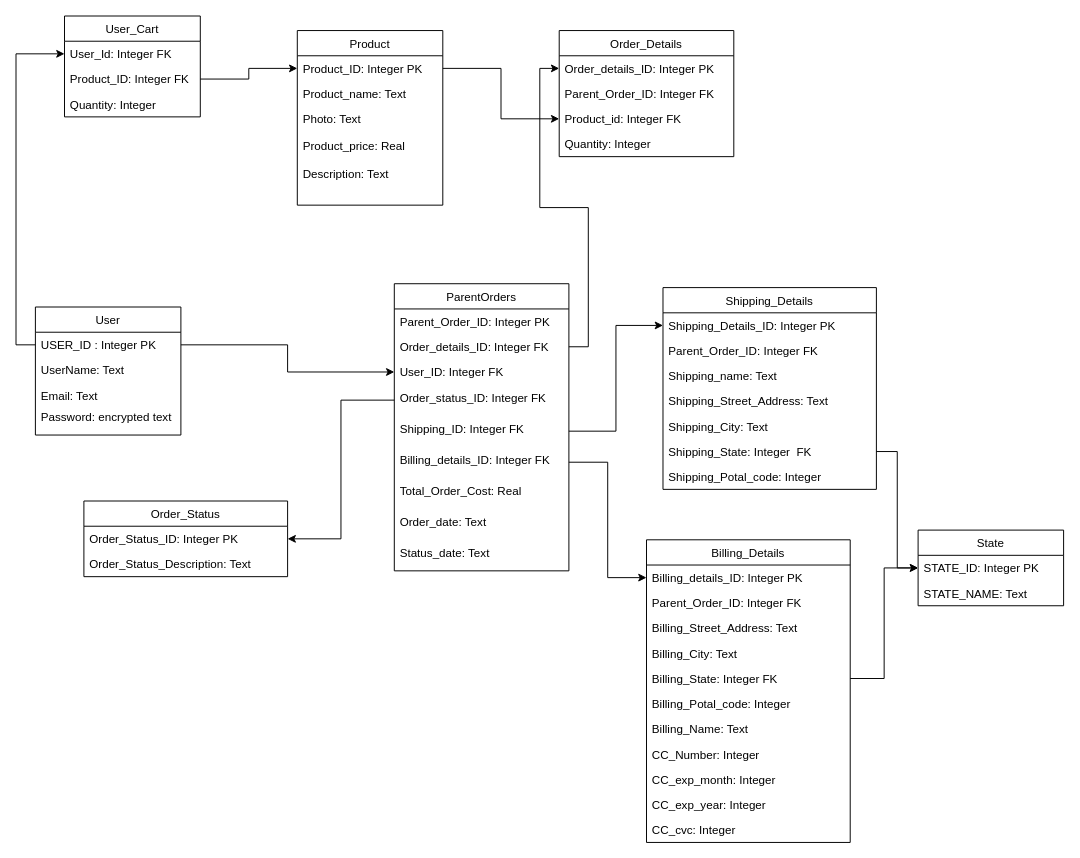
Earlier version of the draw.io diagram Database/ER Diagram.drawio (kimlake117/KWW). Source tidied: cells renumbered, new cells numbered last; positions are measured from the earlier drawing's top-left corner, leaving out a move shared by most shapes. Both pictures are drawn from the tidied source at 97%, with x=0, y=0 at pixel (35, 16).
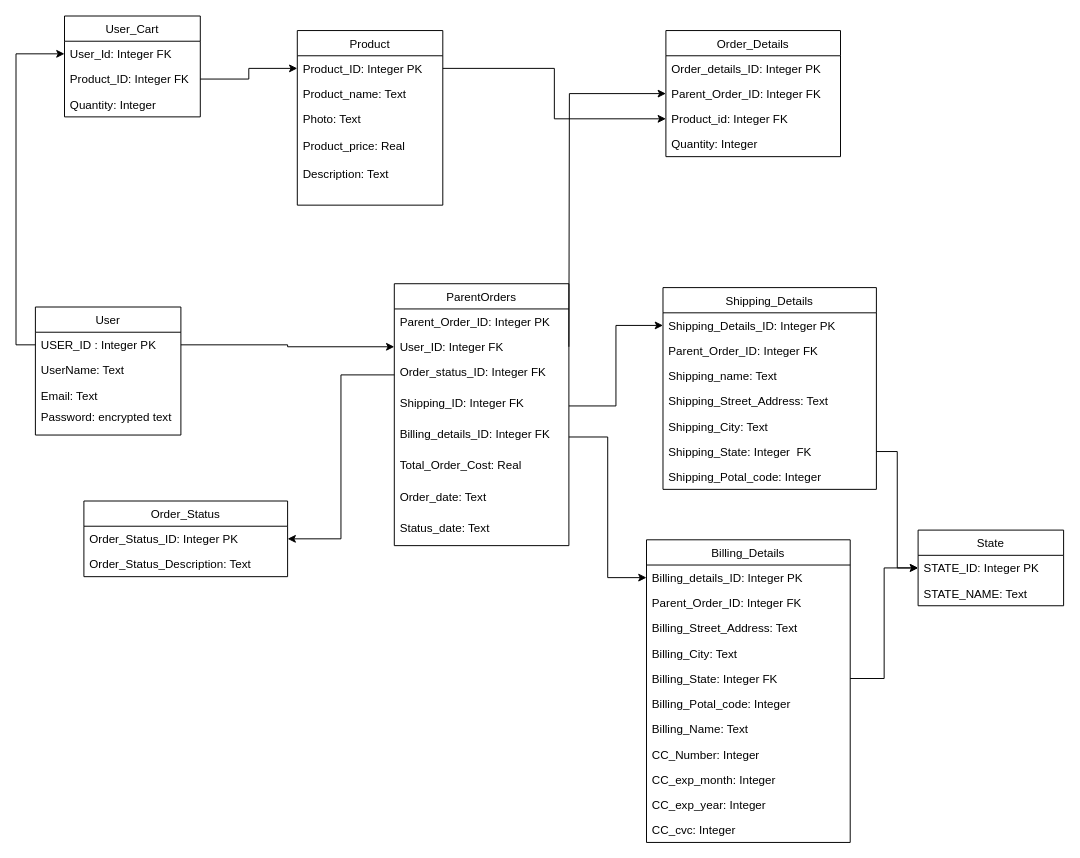
Above is the later version.

Unchanged cells that the change refers to:
```xml
<mxCell id="22" value="Order_details_ID: Integer PK" style="text;strokeColor=none;fillColor=none;align=left;verticalAlign=top;spacingLeft=4;spacingRight=4;overflow=hidden;points=[[0,0.5],[1,0.5]];portConstraint=eastwest;" parent="21" vertex="1">
  <mxGeometry y="26" width="180" height="26" as="geometry" />
</mxCell>
<mxCell id="23" value="Parent_Order_ID: Integer FK" style="text;strokeColor=none;fillColor=none;align=left;verticalAlign=top;spacingLeft=4;spacingRight=4;overflow=hidden;points=[[0,0.5],[1,0.5]];portConstraint=eastwest;" parent="21" vertex="1">
  <mxGeometry y="52" width="180" height="26" as="geometry" />
</mxCell>
```

Change to the diagram source:
```diff
@@
     <mxCell id="11" value="ParentOrders" style="swimlane;fontStyle=0;horizontal=1;startSize=26;fillColor=none;" parent="1" vertex="1">
-      <mxGeometry x="370" y="276" width="180" height="296" as="geometry" />
+      <mxGeometry x="370" y="276" width="180" height="270" as="geometry" />
     </mxCell>
@@
-    <mxCell id="13" value="Order_details_ID: Integer FK" style="text;strokeColor=none;fillColor=none;align=left;verticalAlign=top;spacingLeft=4;spacingRight=4;overflow=hidden;points=[[0,0.5],[1,0.5]];portConstraint=eastwest;" parent="11" vertex="1">
-      <mxGeometry y="52" width="180" height="26" as="geometry" />
-    </mxCell>
     <mxCell id="14" value="User_ID: Integer FK" style="text;strokeColor=none;fillColor=none;align=left;verticalAlign=top;spacingLeft=4;spacingRight=4;overflow=hidden;points=[[0,0.5],[1,0.5]];portConstraint=eastwest;" parent="11" vertex="1">
-      <mxGeometry y="78" width="180" height="26" as="geometry" />
+      <mxGeometry y="52" width="180" height="26" as="geometry" />
     </mxCell>
     <mxCell id="15" value="Order_status_ID: Integer FK" style="text;strokeColor=none;fillColor=none;align=left;verticalAlign=top;spacingLeft=4;spacingRight=4;overflow=hidden;points=[[0,0.5],[1,0.5]];portConstraint=eastwest;" parent="11" vertex="1">
-      <mxGeometry y="104" width="180" height="32" as="geometry" />
+      <mxGeometry y="78" width="180" height="32" as="geometry" />
     </mxCell>
     <mxCell id="16" value="Shipping_ID: Integer FK" style="text;strokeColor=none;fillColor=none;align=left;verticalAlign=top;spacingLeft=4;spacingRight=4;overflow=hidden;points=[[0,0.5],[1,0.5]];portConstraint=eastwest;" parent="11" vertex="1">
-      <mxGeometry y="136" width="180" height="32" as="geometry" />
+      <mxGeometry y="110" width="180" height="32" as="geometry" />
     </mxCell>
     <mxCell id="17" value="Billing_details_ID: Integer FK" style="text;strokeColor=none;fillColor=none;align=left;verticalAlign=top;spacingLeft=4;spacingRight=4;overflow=hidden;points=[[0,0.5],[1,0.5]];portConstraint=eastwest;" parent="11" vertex="1">
-      <mxGeometry y="168" width="180" height="32" as="geometry" />
+      <mxGeometry y="142" width="180" height="32" as="geometry" />
     </mxCell>
     <mxCell id="18" value="Total_Order_Cost: Real" style="text;strokeColor=none;fillColor=none;align=left;verticalAlign=top;spacingLeft=4;spacingRight=4;overflow=hidden;" parent="11" vertex="1">
-      <mxGeometry y="200" width="180" height="32" as="geometry" />
+      <mxGeometry y="174" width="180" height="32" as="geometry" />
     </mxCell>
     <mxCell id="19" value="Order_date: Text " style="text;strokeColor=none;fillColor=none;align=left;verticalAlign=top;spacingLeft=4;spacingRight=4;overflow=hidden;" parent="11" vertex="1">
-      <mxGeometry y="232" width="180" height="32" as="geometry" />
+      <mxGeometry y="206" width="180" height="32" as="geometry" />
     </mxCell>
     <mxCell id="20" value="Status_date: Text " style="text;strokeColor=none;fillColor=none;align=left;verticalAlign=top;spacingLeft=4;spacingRight=4;overflow=hidden;" parent="11" vertex="1">
-      <mxGeometry y="264" width="180" height="32" as="geometry" />
+      <mxGeometry y="238" width="180" height="32" as="geometry" />
     </mxCell>
     <mxCell id="21" value="Order_Details" style="swimlane;fontStyle=0;horizontal=1;startSize=26;fillColor=none;" parent="1" vertex="1">
-      <mxGeometry x="540" y="15" width="180" height="130" as="geometry" />
+      <mxGeometry x="650" y="15" width="180" height="130" as="geometry" />
     </mxCell>
@@
-    <mxCell id="61" style="edgeStyle=orthogonalEdgeStyle;rounded=0;jettySize=auto;html=1;exitX=1;exitY=0.5;exitDx=0;exitDy=0;entryX=0;entryY=0.5;entryDx=0;entryDy=0;" parent="1" edge="1" source="13" target="22">
-      <mxGeometry relative="1" as="geometry" />
+    <mxCell id="61" style="edgeStyle=orthogonalEdgeStyle;rounded=0;jettySize=auto;html=1;exitX=1;exitY=0.5;exitDx=0;exitDy=0;entryX=0;entryY=0.5;entryDx=0;entryDy=0;" parent="1" edge="1" target="23">
+      <mxGeometry relative="1" as="geometry">
+        <mxPoint x="550" y="341" as="sourcePoint" />
+      </mxGeometry>
     </mxCell>
```
